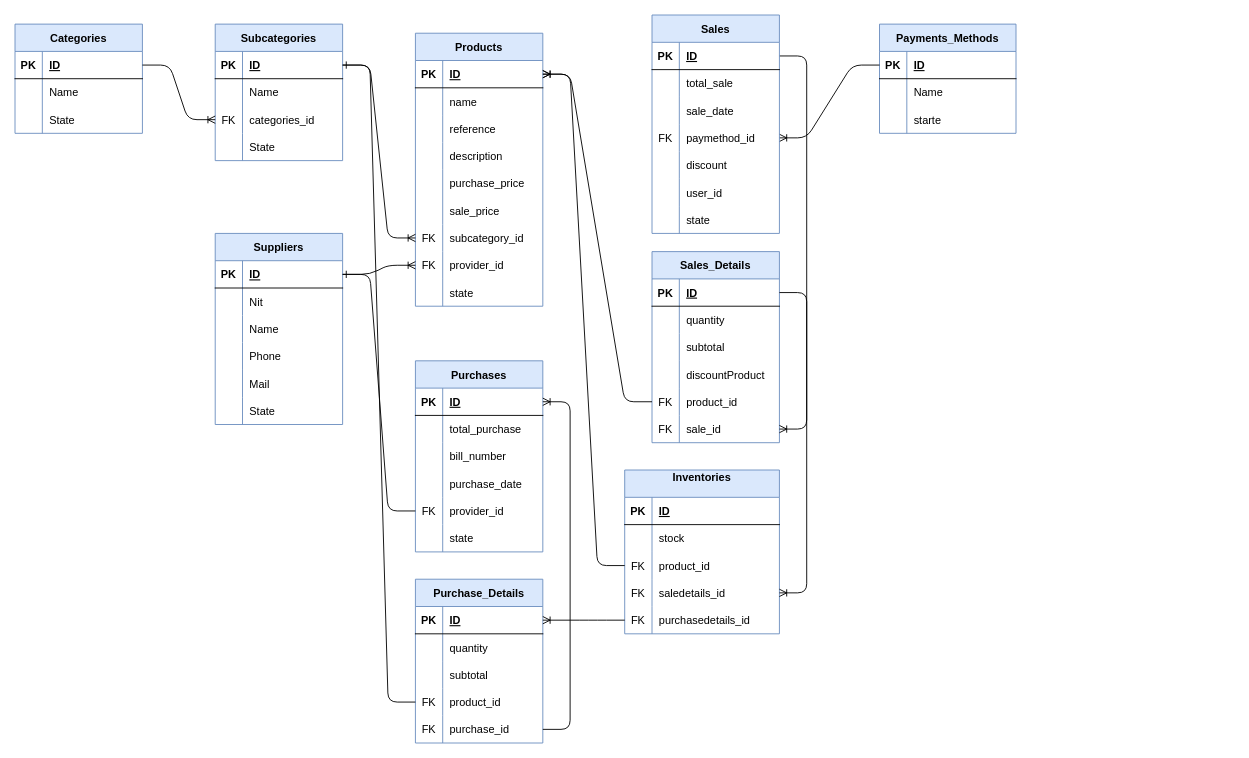
The draw.io diagram Class Diagrams/ClassDiagram.drawio in MiguelPardo22/InventoryCCEP, before the edit. Source tidied: cells renumbered, new cells numbered last; positions are measured from the earlier drawing's top-left corner, leaving out a move shared by most shapes. Both pictures are drawn from the tidied source at 91%, with x=0, y=0 at pixel (15, 15).
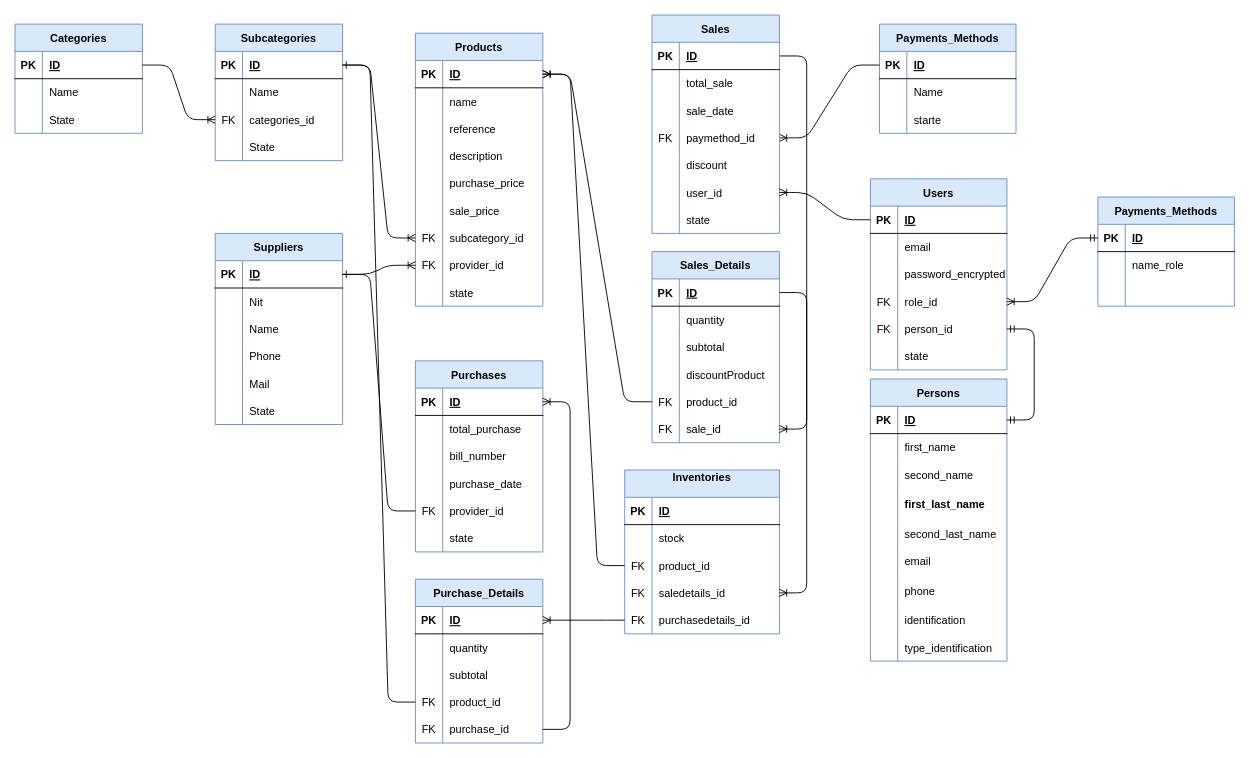
After the change.

Unchanged cells that the change refers to:
```xml
<mxCell id="179" style="shape=tableRow;horizontal=0;startSize=0;swimlaneHead=0;swimlaneBody=0;fillColor=none;points=[[0,0.5],[1,0.5]];portConstraint=eastwest;top=0;left=0;right=0;bottom=0;" parent="163" vertex="1">
  <mxGeometry y="180" width="140" height="30" as="geometry" />
</mxCell>
```

The edit, as a diff of the source:
```diff
@@
+    <mxCell id="186" value="Users" style="shape=table;startSize=30;childLayout=tableLayout;rowLines=0;fontStyle=1;align=center;fillColor=#dae8fc;strokeColor=#6c8ebf;shadow=0;fontColor=#000000;" parent="1" vertex="1">
+      <mxGeometry x="940" y="180" width="150" height="210" as="geometry" />
+    </mxCell>
+    <mxCell id="187" style="shape=tableRow;horizontal=0;startSize=0;swimlaneHead=0;swimlaneBody=0;fillColor=none;points=[[0,0.5],[1,0.5]];portConstraint=eastwest;top=0;left=0;right=0;bottom=1;" parent="186" vertex="1">
+      <mxGeometry y="30" width="150" height="30" as="geometry" />
+    </mxCell>
+    <mxCell id="188" value="PK" style="shape=partialRectangle;fillColor=none;top=0;left=0;bottom=0;right=0;fontStyle=1;overflow=hidden;" parent="187" vertex="1">
+      <mxGeometry width="30" height="30" as="geometry" />
+    </mxCell>
+    <mxCell id="189" value="ID" style="shape=partialRectangle;fillColor=none;top=0;left=0;bottom=0;right=0;align=left;spacingLeft=6;fontStyle=5;overflow=hidden;" parent="187" vertex="1">
+      <mxGeometry x="30" width="120" height="30" as="geometry" />
+    </mxCell>
+    <mxCell id="190" style="shape=tableRow;horizontal=0;startSize=0;swimlaneHead=0;swimlaneBody=0;fillColor=none;top=0;left=0;right=0;bottom=0;" parent="186" vertex="1">
+      <mxGeometry y="60" width="150" height="30" as="geometry" />
+    </mxCell>
+    <mxCell id="191" style="shape=partialRectangle;fillColor=none;top=0;left=0;bottom=0;right=0;overflow=hidden;" parent="190" vertex="1">
+      <mxGeometry width="30" height="30" as="geometry" />
+    </mxCell>
+    <mxCell id="192" value="email    " style="shape=partialRectangle;fillColor=none;top=0;left=0;bottom=0;right=0;align=left;spacingLeft=6;overflow=hidden;" parent="190" vertex="1">
+      <mxGeometry x="30" width="120" height="30" as="geometry" />
+    </mxCell>
+    <mxCell id="193" style="shape=tableRow;horizontal=0;startSize=0;swimlaneHead=0;swimlaneBody=0;fillColor=none;top=0;left=0;right=0;bottom=0;" parent="186" vertex="1">
+      <mxGeometry y="90" width="150" height="30" as="geometry" />
+    </mxCell>
+    <mxCell id="194" style="shape=partialRectangle;fillColor=none;top=0;left=0;bottom=0;right=0;overflow=hidden;" parent="193" vertex="1">
+      <mxGeometry width="30" height="30" as="geometry" />
+    </mxCell>
+    <mxCell id="195" value="password_encrypted" style="shape=partialRectangle;fillColor=none;top=0;left=0;bottom=0;right=0;align=left;spacingLeft=6;overflow=hidden;" parent="193" vertex="1">
+      <mxGeometry x="30" width="120" height="30" as="geometry" />
+    </mxCell>
+    <mxCell id="196" style="shape=tableRow;horizontal=0;startSize=0;swimlaneHead=0;swimlaneBody=0;fillColor=none;points=[[0,0.5],[1,0.5]];portConstraint=eastwest;top=0;left=0;right=0;bottom=0;" parent="186" vertex="1">
+      <mxGeometry y="120" width="150" height="30" as="geometry" />
+    </mxCell>
+    <mxCell id="197" value="FK" style="shape=partialRectangle;fillColor=none;top=0;left=0;bottom=0;right=0;overflow=hidden;" parent="196" vertex="1">
+      <mxGeometry width="30" height="30" as="geometry" />
+    </mxCell>
+    <mxCell id="198" value="role_id" style="shape=partialRectangle;fillColor=none;top=0;left=0;bottom=0;right=0;align=left;spacingLeft=6;overflow=hidden;" parent="196" vertex="1">
+      <mxGeometry x="30" width="120" height="30" as="geometry" />
+    </mxCell>
+    <mxCell id="199" style="shape=tableRow;horizontal=0;startSize=0;swimlaneHead=0;swimlaneBody=0;fillColor=none;points=[[0,0.5],[1,0.5]];portConstraint=eastwest;top=0;left=0;right=0;bottom=0;" parent="186" vertex="1">
+      <mxGeometry y="150" width="150" height="30" as="geometry" />
+    </mxCell>
+    <mxCell id="200" value="FK" style="shape=partialRectangle;fillColor=none;top=0;left=0;bottom=0;right=0;overflow=hidden;" parent="199" vertex="1">
+      <mxGeometry width="30" height="30" as="geometry" />
+    </mxCell>
+    <mxCell id="201" value="person_id" style="shape=partialRectangle;fillColor=none;top=0;left=0;bottom=0;right=0;align=left;spacingLeft=6;overflow=hidden;" parent="199" vertex="1">
+      <mxGeometry x="30" width="120" height="30" as="geometry" />
+    </mxCell>
+    <mxCell id="202" style="shape=tableRow;horizontal=0;startSize=0;swimlaneHead=0;swimlaneBody=0;fillColor=none;top=0;left=0;right=0;bottom=0;" parent="186" vertex="1">
+      <mxGeometry y="180" width="150" height="30" as="geometry" />
+    </mxCell>
+    <mxCell id="203" style="shape=partialRectangle;fillColor=none;top=0;left=0;bottom=0;right=0;overflow=hidden;" parent="202" vertex="1">
+      <mxGeometry width="30" height="30" as="geometry" />
+    </mxCell>
+    <mxCell id="204" value="state" style="shape=partialRectangle;fillColor=none;top=0;left=0;bottom=0;right=0;align=left;spacingLeft=6;overflow=hidden;" parent="202" vertex="1">
+      <mxGeometry x="30" width="120" height="30" as="geometry" />
+    </mxCell>
+    <mxCell id="205" value="Persons" style="shape=table;startSize=30;childLayout=tableLayout;rowLines=0;fontStyle=1;align=center;fillColor=#dae8fc;strokeColor=#6c8ebf;shadow=0;fontColor=#000000;" parent="1" vertex="1">
+      <mxGeometry x="940" y="400" width="150" height="310" as="geometry" />
+    </mxCell>
+    <mxCell id="206" style="shape=tableRow;horizontal=0;startSize=0;swimlaneHead=0;swimlaneBody=0;fillColor=none;points=[[0,0.5],[1,0.5]];portConstraint=eastwest;top=0;left=0;right=0;bottom=1;" parent="205" vertex="1">
+      <mxGeometry y="30" width="150" height="30" as="geometry" />
+    </mxCell>
+    <mxCell id="207" value="PK" style="shape=partialRectangle;fillColor=none;top=0;left=0;bottom=0;right=0;fontStyle=1;overflow=hidden;" parent="206" vertex="1">
+      <mxGeometry width="30" height="30" as="geometry" />
+    </mxCell>
+    <mxCell id="208" value="ID" style="shape=partialRectangle;fillColor=none;top=0;left=0;bottom=0;right=0;align=left;spacingLeft=6;fontStyle=5;overflow=hidden;" parent="206" vertex="1">
+      <mxGeometry x="30" width="120" height="30" as="geometry" />
+    </mxCell>
+    <mxCell id="209" style="shape=tableRow;horizontal=0;startSize=0;swimlaneHead=0;swimlaneBody=0;fillColor=none;top=0;left=0;right=0;bottom=0;" parent="205" vertex="1">
+      <mxGeometry y="60" width="150" height="30" as="geometry" />
+    </mxCell>
+    <mxCell id="210" style="shape=partialRectangle;fillColor=none;top=0;left=0;bottom=0;right=0;overflow=hidden;" parent="209" vertex="1">
+      <mxGeometry width="30" height="30" as="geometry" />
+    </mxCell>
+    <mxCell id="211" value="first_name" style="shape=partialRectangle;fillColor=none;top=0;left=0;bottom=0;right=0;align=left;spacingLeft=6;overflow=hidden;" parent="209" vertex="1">
+      <mxGeometry x="30" width="120" height="30" as="geometry" />
+    </mxCell>
+    <mxCell id="212" style="shape=tableRow;horizontal=0;startSize=0;swimlaneHead=0;swimlaneBody=0;fillColor=none;top=0;left=0;right=0;bottom=0;" parent="205" vertex="1">
+      <mxGeometry y="90" width="150" height="30" as="geometry" />
+    </mxCell>
+    <mxCell id="213" style="shape=partialRectangle;fillColor=none;top=0;left=0;bottom=0;right=0;overflow=hidden;" parent="212" vertex="1">
+      <mxGeometry width="30" height="30" as="geometry" />
+    </mxCell>
+    <mxCell id="214" value="second_name" style="shape=partialRectangle;fillColor=none;top=0;left=0;bottom=0;right=0;align=left;spacingLeft=6;overflow=hidden;" parent="212" vertex="1">
+      <mxGeometry x="30" width="120" height="30" as="geometry" />
+    </mxCell>
+    <mxCell id="215" style="shape=tableRow;horizontal=0;startSize=0;swimlaneHead=0;swimlaneBody=0;fillColor=none;top=0;left=0;right=0;bottom=0;" parent="205" vertex="1">
+      <mxGeometry y="120" width="150" height="35" as="geometry" />
+    </mxCell>
+    <mxCell id="216" style="shape=partialRectangle;fillColor=none;top=0;left=0;bottom=0;right=0;overflow=hidden;" parent="215" vertex="1">
+      <mxGeometry width="30" height="35" as="geometry" />
+    </mxCell>
+    <mxCell id="217" value="first_last_name" style="shape=partialRectangle;fillColor=none;top=0;left=0;bottom=0;right=0;align=left;spacingLeft=6;overflow=hidden;fontStyle=1;" parent="215" vertex="1">
+      <mxGeometry x="30" width="120" height="35" as="geometry" />
+    </mxCell>
+    <mxCell id="218" style="shape=tableRow;horizontal=0;startSize=0;swimlaneHead=0;swimlaneBody=0;fillColor=none;top=0;left=0;right=0;bottom=0;" parent="205" vertex="1">
+      <mxGeometry y="155" width="150" height="30" as="geometry" />
+    </mxCell>
+    <mxCell id="219" style="shape=partialRectangle;fillColor=none;top=0;left=0;bottom=0;right=0;overflow=hidden;" parent="218" vertex="1">
+      <mxGeometry width="30" height="30" as="geometry" />
+    </mxCell>
+    <mxCell id="220" value="second_last_name" style="shape=partialRectangle;fillColor=none;top=0;left=0;bottom=0;right=0;align=left;spacingLeft=6;overflow=hidden;" parent="218" vertex="1">
+      <mxGeometry x="30" width="120" height="30" as="geometry" />
+    </mxCell>
+    <mxCell id="221" style="shape=tableRow;horizontal=0;startSize=0;swimlaneHead=0;swimlaneBody=0;fillColor=none;top=0;left=0;right=0;bottom=0;" parent="205" vertex="1">
+      <mxGeometry y="185" width="150" height="30" as="geometry" />
+    </mxCell>
+    <mxCell id="222" style="shape=partialRectangle;fillColor=none;top=0;left=0;bottom=0;right=0;overflow=hidden;" parent="221" vertex="1">
+      <mxGeometry width="30" height="30" as="geometry" />
+    </mxCell>
+    <mxCell id="223" value="email" style="shape=partialRectangle;fillColor=none;top=0;left=0;bottom=0;right=0;align=left;spacingLeft=6;overflow=hidden;" parent="221" vertex="1">
+      <mxGeometry x="30" width="120" height="30" as="geometry" />
+    </mxCell>
+    <mxCell id="224" style="shape=tableRow;horizontal=0;startSize=0;swimlaneHead=0;swimlaneBody=0;fillColor=none;top=0;left=0;right=0;bottom=0;" parent="205" vertex="1">
+      <mxGeometry y="215" width="150" height="35" as="geometry" />
+    </mxCell>
+    <mxCell id="225" style="shape=partialRectangle;fillColor=none;top=0;left=0;bottom=0;right=0;overflow=hidden;" parent="224" vertex="1">
+      <mxGeometry width="30" height="35" as="geometry" />
+    </mxCell>
+    <mxCell id="226" value="phone" style="shape=partialRectangle;fillColor=none;top=0;left=0;bottom=0;right=0;align=left;spacingLeft=6;overflow=hidden;" parent="224" vertex="1">
+      <mxGeometry x="30" width="120" height="35" as="geometry" />
+    </mxCell>
+    <mxCell id="227" style="shape=tableRow;horizontal=0;startSize=0;swimlaneHead=0;swimlaneBody=0;fillColor=none;top=0;left=0;right=0;bottom=0;" parent="205" vertex="1">
+      <mxGeometry y="250" width="150" height="30" as="geometry" />
+    </mxCell>
+    <mxCell id="228" style="shape=partialRectangle;fillColor=none;top=0;left=0;bottom=0;right=0;overflow=hidden;" parent="227" vertex="1">
+      <mxGeometry width="30" height="30" as="geometry" />
+    </mxCell>
+    <mxCell id="229" value="identification" style="shape=partialRectangle;fillColor=none;top=0;left=0;bottom=0;right=0;align=left;spacingLeft=6;overflow=hidden;" parent="227" vertex="1">
+      <mxGeometry x="30" width="120" height="30" as="geometry" />
+    </mxCell>
+    <mxCell id="230" style="shape=tableRow;horizontal=0;startSize=0;swimlaneHead=0;swimlaneBody=0;fillColor=none;top=0;left=0;right=0;bottom=0;" parent="205" vertex="1">
+      <mxGeometry y="280" width="150" height="30" as="geometry" />
+    </mxCell>
+    <mxCell id="231" style="shape=partialRectangle;fillColor=none;top=0;left=0;bottom=0;right=0;overflow=hidden;" parent="230" vertex="1">
+      <mxGeometry width="30" height="30" as="geometry" />
+    </mxCell>
+    <mxCell id="232" value="type_identification" style="shape=partialRectangle;fillColor=none;top=0;left=0;bottom=0;right=0;align=left;spacingLeft=6;overflow=hidden;" parent="230" vertex="1">
+      <mxGeometry x="30" width="120" height="30" as="geometry" />
+    </mxCell>
+    <mxCell id="233" style="edgeStyle=entityRelationEdgeStyle;fontSize=12;html=1;endArrow=ERoneToMany;exitX=0;exitY=0.5;exitDx=0;exitDy=0;entryX=1;entryY=0.5;entryDx=0;entryDy=0;" parent="1" edge="1" source="187" target="179">
+      <mxGeometry relative="1" as="geometry" />
+    </mxCell>
+    <mxCell id="234" value="Payments_Methods" style="shape=table;startSize=30;childLayout=tableLayout;rowLines=0;fontStyle=1;align=center;fillColor=#dae8fc;strokeColor=#6c8ebf;shadow=0;fontColor=#000000;" parent="1" vertex="1">
+      <mxGeometry x="1190" y="200" width="150" height="120" as="geometry" />
+    </mxCell>
+    <mxCell id="235" style="shape=tableRow;horizontal=0;startSize=0;swimlaneHead=0;swimlaneBody=0;fillColor=none;points=[[0,0.5],[1,0.5]];portConstraint=eastwest;top=0;left=0;right=0;bottom=1;" parent="234" vertex="1">
+      <mxGeometry y="30" width="150" height="30" as="geometry" />
+    </mxCell>
+    <mxCell id="236" value="PK" style="shape=partialRectangle;fillColor=none;top=0;left=0;bottom=0;right=0;fontStyle=1;overflow=hidden;" parent="235" vertex="1">
+      <mxGeometry width="30" height="30" as="geometry" />
+    </mxCell>
+    <mxCell id="237" value="ID" style="shape=partialRectangle;fillColor=none;top=0;left=0;bottom=0;right=0;align=left;spacingLeft=6;fontStyle=5;overflow=hidden;" parent="235" vertex="1">
+      <mxGeometry x="30" width="120" height="30" as="geometry" />
+    </mxCell>
+    <mxCell id="238" style="shape=tableRow;horizontal=0;startSize=0;swimlaneHead=0;swimlaneBody=0;fillColor=none;top=0;left=0;right=0;bottom=0;" parent="234" vertex="1">
+      <mxGeometry y="60" width="150" height="30" as="geometry" />
+    </mxCell>
+    <mxCell id="239" style="shape=partialRectangle;fillColor=none;top=0;left=0;bottom=0;right=0;overflow=hidden;" parent="238" vertex="1">
+      <mxGeometry width="30" height="30" as="geometry" />
+    </mxCell>
+    <mxCell id="240" value="name_role" style="shape=partialRectangle;fillColor=none;top=0;left=0;bottom=0;right=0;align=left;spacingLeft=6;overflow=hidden;" parent="238" vertex="1">
+      <mxGeometry x="30" width="120" height="30" as="geometry" />
+    </mxCell>
+    <mxCell id="241" style="shape=tableRow;horizontal=0;startSize=0;swimlaneHead=0;swimlaneBody=0;fillColor=none;top=0;left=0;right=0;bottom=0;" parent="234" vertex="1">
+      <mxGeometry y="90" width="150" height="30" as="geometry" />
+    </mxCell>
+    <mxCell id="242" style="shape=partialRectangle;fillColor=none;top=0;left=0;bottom=0;right=0;overflow=hidden;" parent="241" vertex="1">
+      <mxGeometry width="30" height="30" as="geometry" />
+    </mxCell>
+    <mxCell id="243" style="shape=partialRectangle;fillColor=none;top=0;left=0;bottom=0;right=0;align=left;spacingLeft=6;overflow=hidden;" parent="241" vertex="1">
+      <mxGeometry x="30" width="120" height="30" as="geometry" />
+    </mxCell>
+    <mxCell id="244" style="edgeStyle=entityRelationEdgeStyle;fontSize=12;html=1;endArrow=ERoneToMany;exitX=0;exitY=0.5;exitDx=0;exitDy=0;entryX=1;entryY=0.5;entryDx=0;entryDy=0;startArrow=ERmandOne;startFill=0;endFill=0;" parent="1" edge="1" source="235" target="196">
+      <mxGeometry relative="1" as="geometry" />
+    </mxCell>
+    <mxCell id="245" style="edgeStyle=entityRelationEdgeStyle;fontSize=12;html=1;endArrow=ERmandOne;exitX=1;exitY=0.5;exitDx=0;exitDy=0;entryX=1;entryY=0.5;entryDx=0;entryDy=0;startArrow=ERmandOne;startFill=0;endFill=0;" parent="1" edge="1" source="199" target="206">
+      <mxGeometry relative="1" as="geometry" />
+    </mxCell>
```
